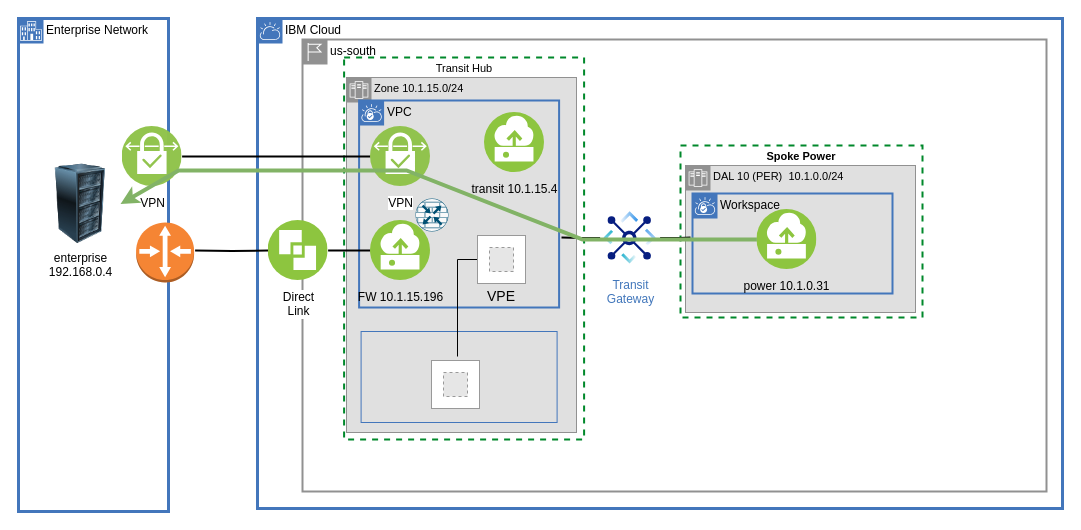
The draw.io diagram page "overview-power" (5 of 22) of images/vpc-transit.drawio in IBM-Cloud/vpc-transit, before the edit. Source tidied: cells renumbered, new cells numbered last; positions are measured from the earlier drawing's top-left corner, leaving out a move shared by most shapes. Both pictures are drawn from the tidied source at 100%, with x=0, y=0 at pixel (18, 18). Pictures stored in the file or linked from it are replaced by grey dashed boxes.
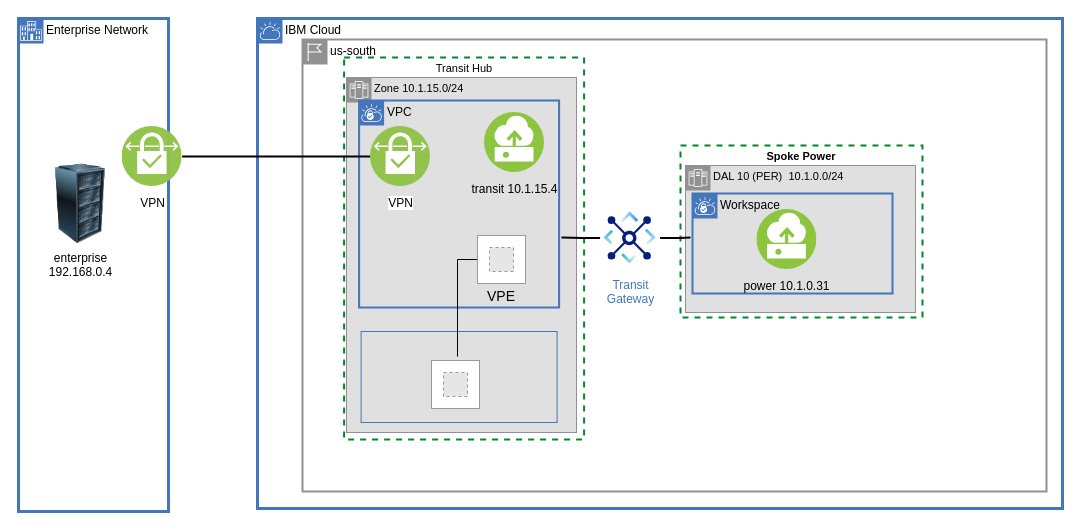
After the change.

The change refers to these unchanged cells:
```xml
<mxCell id="17" value="power&amp;nbsp;10.1.0.31" style="perimeter=ellipsePerimeter;html=1;align=center;shadow=0;dashed=0;fontColor=black;fontSize=12;spacingTop=3;image;image=img/lib/ibm/vpc/Instance.svg;overflow=visible;noLabel=0;labelBackgroundColor=none;" parent="1" vertex="1">
  <mxGeometry x="738.4" y="191" width="60" height="60" as="geometry" />
</mxCell>
<mxCell id="18" value="enterprise&lt;br&gt;192.168.0.4" style="image;html=1;image=img/lib/clip_art/computers/Server_Rack_128x128.png;noLabel=0;labelBackgroundColor=none;" parent="1" vertex="1">
  <mxGeometry x="22" y="145.5" width="80" height="80" as="geometry" />
</mxCell>
```

The edit, as a diff of the source:
```diff
@@
-    <mxCell id="28" parent="0" />
-    <mxCell id="29" style="dashed=0;verticalLabelPosition=bottom;verticalAlign=top;align=center;html=1;shape=mxgraph.aws3.router;fillColor=#F58534;gradientColor=none;fontFamily=Helvetica;fontSize=11;fontColor=default;" parent="28" vertex="1">
-      <mxGeometry x="117.6" y="204" width="58" height="60" as="geometry" />
-    </mxCell>
-    <mxCell id="30" style="edgeStyle=orthogonalEdgeStyle;shape=connector;rounded=0;jettySize=auto;html=1;entryX=0;entryY=0.5;entryDx=0;entryDy=0;labelBackgroundColor=default;strokeColor=default;strokeWidth=2;align=center;verticalAlign=middle;fontFamily=Helvetica;fontSize=11;fontColor=default;endArrow=none;endFill=0;" parent="28" edge="1" target="31">
-      <mxGeometry relative="1" as="geometry">
-        <mxPoint x="176.6" y="232" as="sourcePoint" />
-      </mxGeometry>
-    </mxCell>
-    <mxCell id="31" value="Direct&lt;br&gt;Link" style="image;perimeter=ellipsePerimeter;html=1;align=center;shadow=0;dashed=0;fontColor=#000000;labelBackgroundColor=default;fontSize=12;spacingTop=3;image=img/lib/ibm/vpc/DirectLink.svg;" parent="28" vertex="1">
-      <mxGeometry x="249.6" y="202" width="60" height="60" as="geometry" />
-    </mxCell>
-    <mxCell id="32" style="edgeStyle=orthogonalEdgeStyle;shape=connector;rounded=0;jettySize=auto;html=1;entryX=0;entryY=0.5;entryDx=0;entryDy=0;labelBackgroundColor=default;strokeColor=default;strokeWidth=2;align=center;verticalAlign=middle;fontFamily=Helvetica;fontSize=11;fontColor=default;endArrow=none;endFill=0;" parent="28" edge="1" source="31" target="33">
-      <mxGeometry relative="1" as="geometry" />
-    </mxCell>
-    <mxCell id="33" value="FW 10.1.15.196" style="perimeter=ellipsePerimeter;html=1;align=center;shadow=0;dashed=0;fontColor=black;fontSize=12;spacingTop=3;image;image=img/lib/ibm/vpc/Instance.svg;overflow=visible;noLabel=0;labelBackgroundColor=none;" parent="28" vertex="1">
-      <mxGeometry x="352" y="202" width="60" height="60" as="geometry" />
-    </mxCell>
-    <mxCell id="34" style="sketch=0;verticalLabelPosition=bottom;html=1;verticalAlign=top;align=center;shape=mxgraph.cisco19.rect;prIcon=router_with_firewall;fillColor=#FAFAFA;strokeColor=#005073;shadow=0;dashed=0;labelBackgroundColor=none;fontFamily=Helvetica;fontSize=12;fontColor=black;" parent="28" vertex="1">
-      <mxGeometry x="397" y="180" width="33" height="33" as="geometry" />
-    </mxCell>
-    <mxCell id="35" parent="0" />
-    <mxCell id="36" style="endArrow=none;startArrow=classic;html=1;rounded=0;shadow=0;sketch=0;strokeWidth=4;jumpStyle=arc;jumpSize=6;fillColor=#d5e8d4;strokeColor=#82b366;exitX=1;exitY=0.5;exitDx=0;exitDy=0;endFill=0;entryX=0;entryY=0.5;entryDx=0;entryDy=0;" parent="35" edge="1" source="18" target="17">
-      <mxGeometry relative="1" as="geometry">
-        <Array as="points">
-          <mxPoint x="160" y="152" />
-          <mxPoint x="388" y="152" />
-          <mxPoint x="564" y="221" />
-        </Array>
-      </mxGeometry>
-    </mxCell>
```
